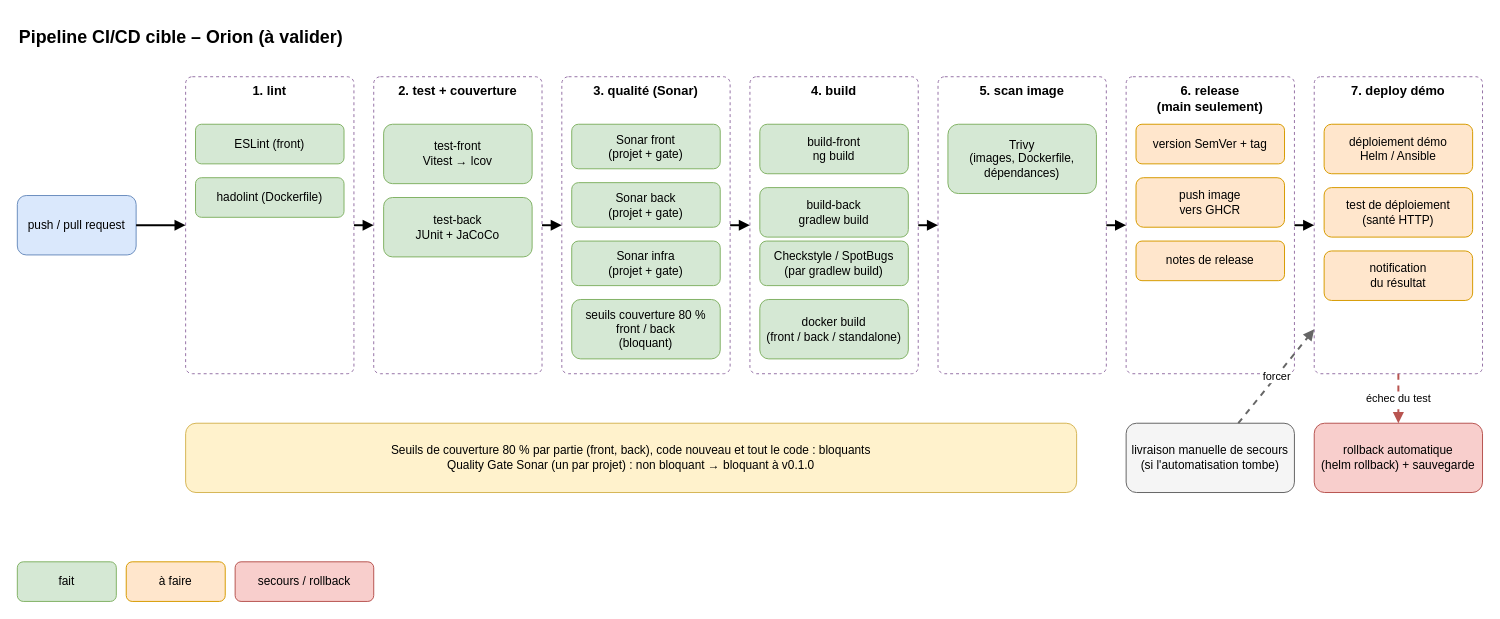
Earlier version of the draw.io diagram docs/livrables/schema_pipeline_ci_cd.drawio (denoyela-4913/dev-project-06-orion). Source tidied: cells renumbered, new cells numbered last; positions are measured from the earlier drawing's top-left corner, leaving out a move shared by most shapes. Both pictures are drawn from the tidied source at 99%, with x=0, y=0 at pixel (17, 17).
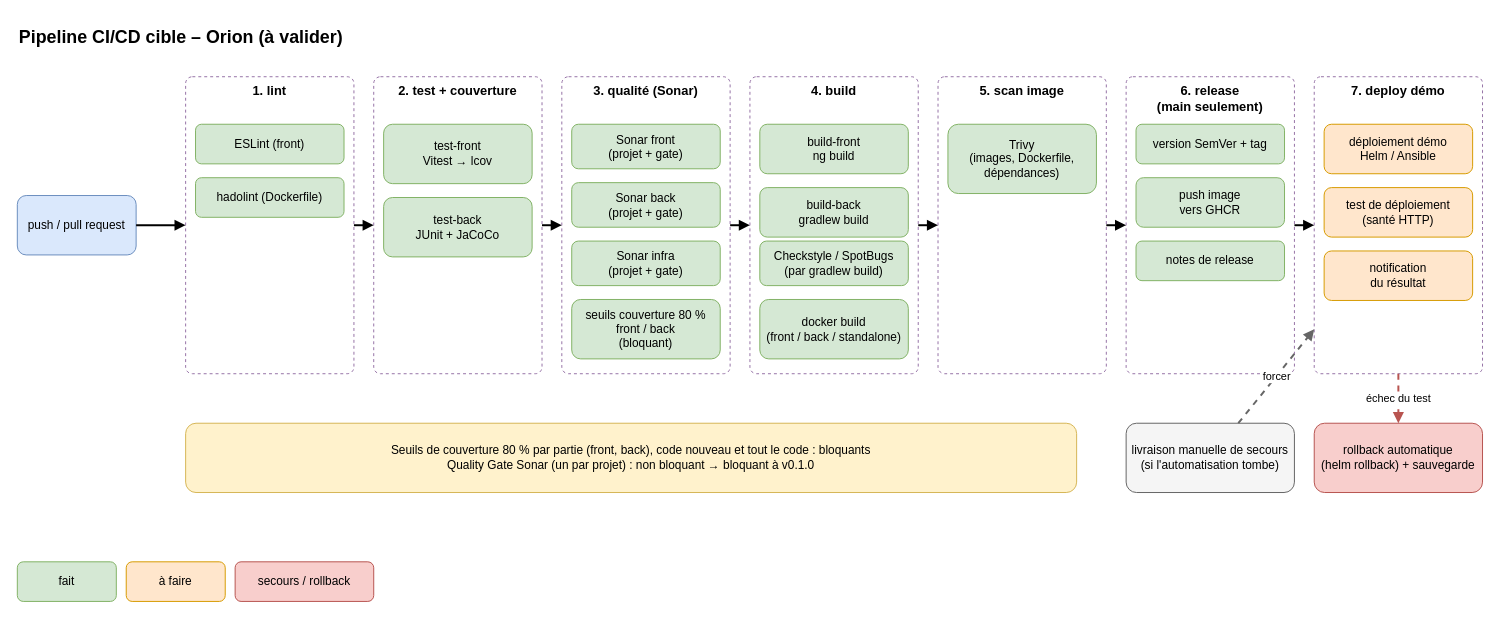
The same diagram, later.

Commit message (it also covers changes not shown here):
docs: record the release job and mark it as done in the pipeline diagram

The edit, as a diff of the source:
```diff
@@
-    <mxCell id="28" value="version SemVer + tag" style="rounded=1;whiteSpace=wrap;html=1;fillColor=#ffe6cc;strokeColor=#d79b00;" parent="1" vertex="1">
+    <mxCell id="28" value="version SemVer + tag" style="rounded=1;whiteSpace=wrap;html=1;fillColor=#d5e8d4;strokeColor=#82b366;" parent="1" vertex="1">
       <mxGeometry x="1130" y="108" width="150" height="40" as="geometry" />
     </mxCell>
-    <mxCell id="29" value="push image&#10;vers GHCR" style="rounded=1;whiteSpace=wrap;html=1;fillColor=#ffe6cc;strokeColor=#d79b00;" parent="1" vertex="1">
+    <mxCell id="29" value="push image&#10;vers GHCR" style="rounded=1;whiteSpace=wrap;html=1;fillColor=#d5e8d4;strokeColor=#82b366;" parent="1" vertex="1">
       <mxGeometry x="1130" y="162" width="150" height="50" as="geometry" />
     </mxCell>
-    <mxCell id="30" value="notes de release" style="rounded=1;whiteSpace=wrap;html=1;fillColor=#ffe6cc;strokeColor=#d79b00;" parent="1" vertex="1">
+    <mxCell id="30" value="notes de release" style="rounded=1;whiteSpace=wrap;html=1;fillColor=#d5e8d4;strokeColor=#82b366;" parent="1" vertex="1">
       <mxGeometry x="1130" y="226" width="150" height="40" as="geometry" />
     </mxCell>
```
